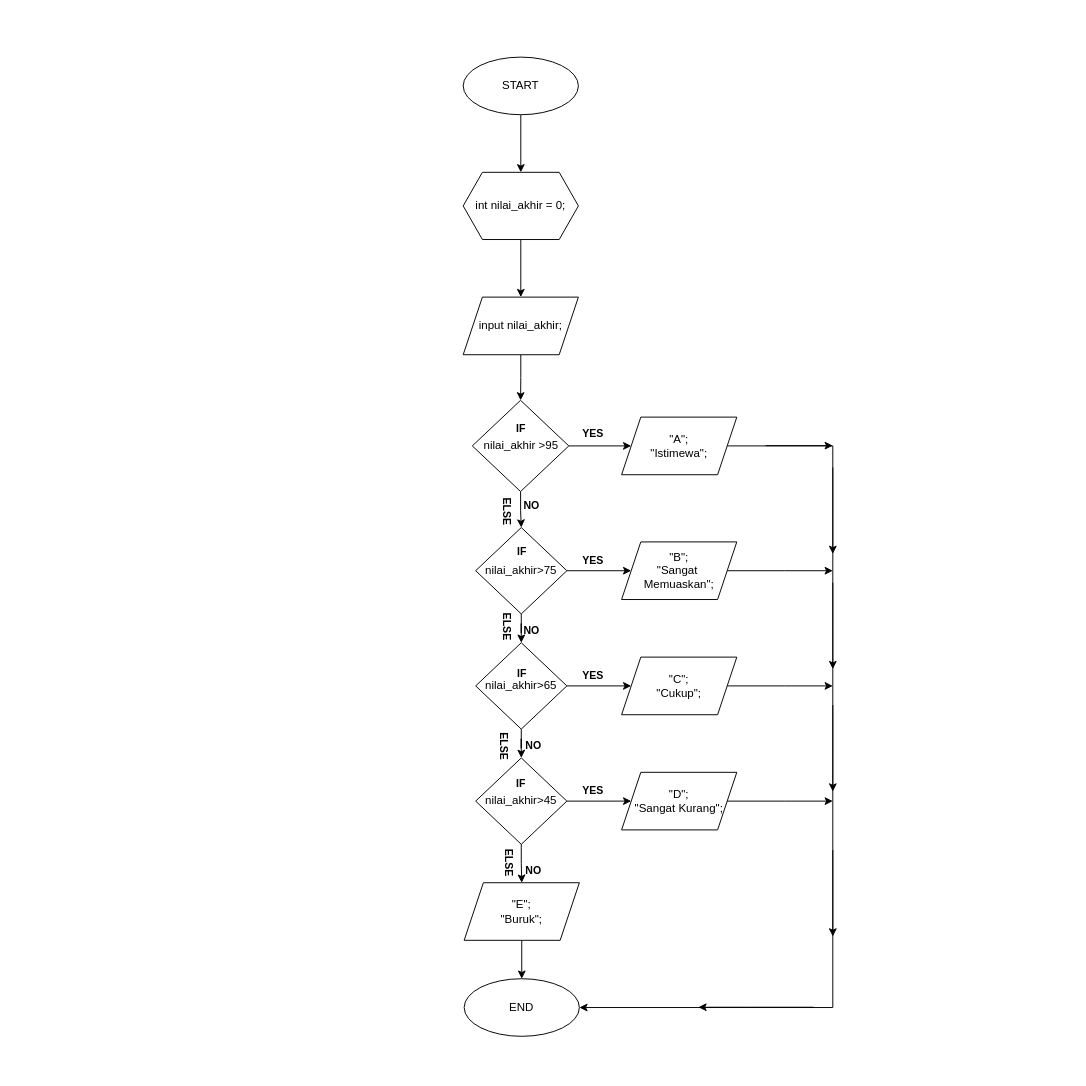
Above: Untitled Diagram.drawio in PVegananda/RANDOM_PHP_WEBSITE (draw.io), before the change. Source tidied: cells renumbered, new cells numbered last; positions are measured from the earlier drawing's top-left corner, leaving out a move shared by most shapes. Both pictures are drawn from the tidied source at 96%, with x=0, y=0 at pixel (463, 57).
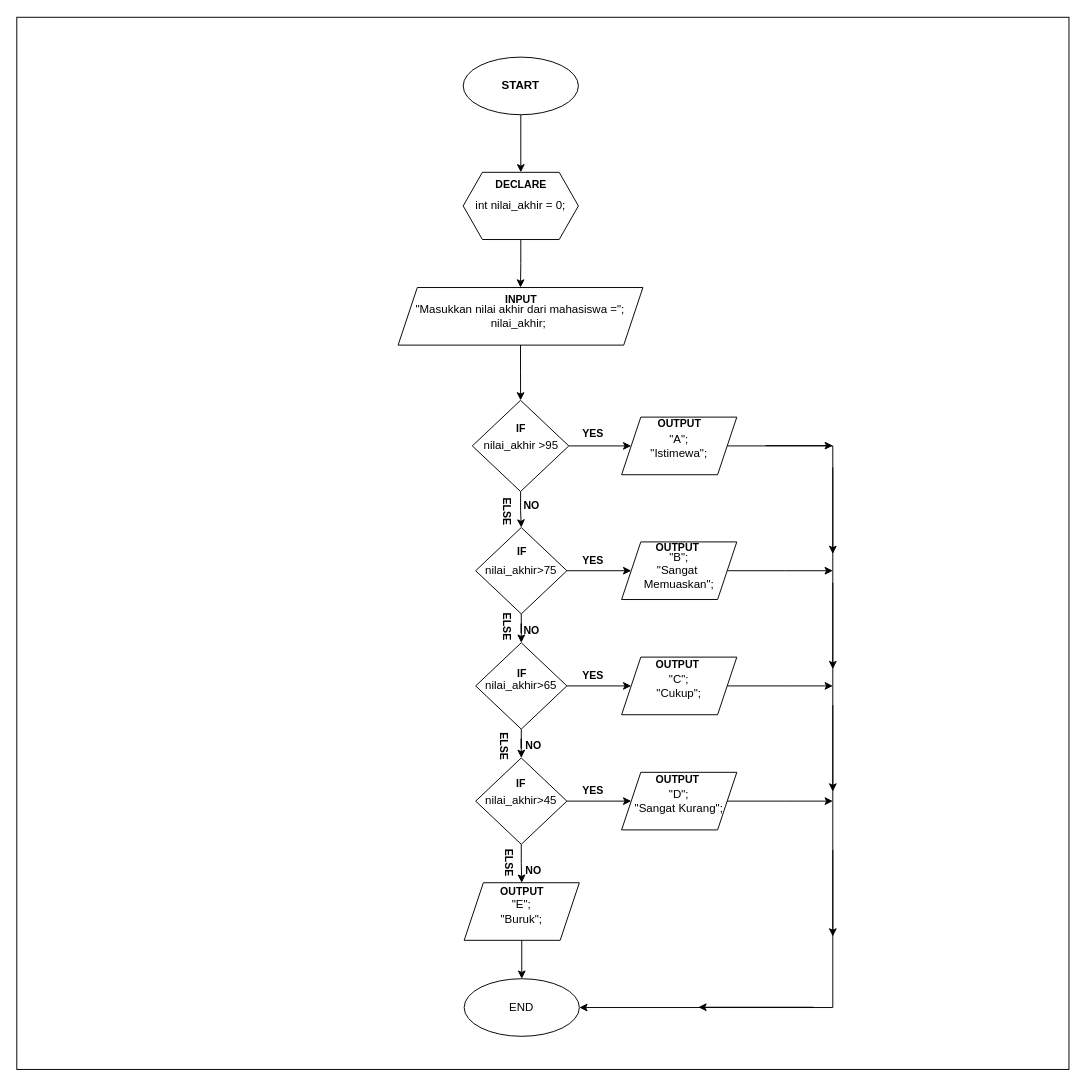
The same diagram, later.

What changed in the source:
```diff
@@
-    <mxCell id="3" value="START" style="ellipse;whiteSpace=wrap;html=1;" parent="1" vertex="1">
+    <mxCell id="3" value="START" style="ellipse;whiteSpace=wrap;html=1;fontStyle=1;" parent="1" vertex="1">
       <mxGeometry width="120" height="60" as="geometry" />
     </mxCell>
@@
-    <mxCell id="7" value="input nilai_akhir;" style="shape=parallelogram;perimeter=parallelogramPerimeter;whiteSpace=wrap;html=1;fixedSize=1;" parent="1" vertex="1">
-      <mxGeometry y="250" width="120" height="60" as="geometry" />
+    <mxCell id="7" value="&quot;Masukkan nilai akhir dari mahasiswa =&quot;; nilai_akhir;&amp;nbsp;" style="shape=parallelogram;perimeter=parallelogramPerimeter;whiteSpace=wrap;html=1;fixedSize=1;" parent="1" vertex="1">
+      <mxGeometry x="-67.8" y="240" width="255" height="60" as="geometry" />
     </mxCell>
@@
+    <mxCell id="53" style="whiteSpace=wrap;html=1;fillColor=none;" parent="1" vertex="1">
+      <mxGeometry x="-465" y="-41.5" width="1096" height="1096" as="geometry" />
+    </mxCell>
+    <mxCell id="54" value="&lt;font style=&quot;font-size: 11px;&quot;&gt;INPUT&lt;/font&gt;" style="text;strokeColor=none;fillColor=none;html=1;fontSize=24;fontStyle=1;verticalAlign=middle;align=center;" parent="1" vertex="1">
+      <mxGeometry x="22.2" y="236" width="75" height="25" as="geometry" />
+    </mxCell>
+    <mxCell id="55" value="&lt;font style=&quot;font-size: 11px;&quot;&gt;OUTPUT&lt;/font&gt;" style="text;strokeColor=none;fillColor=none;html=1;fontSize=24;fontStyle=1;verticalAlign=middle;align=center;" parent="1" vertex="1">
+      <mxGeometry x="187.5" y="365" width="75" height="25" as="geometry" />
+    </mxCell>
+    <mxCell id="56" value="&lt;font style=&quot;font-size: 11px;&quot;&gt;OUTPUT&lt;/font&gt;" style="text;strokeColor=none;fillColor=none;html=1;fontSize=24;fontStyle=1;verticalAlign=middle;align=center;" parent="1" vertex="1">
+      <mxGeometry x="185" y="494" width="75" height="25" as="geometry" />
+    </mxCell>
+    <mxCell id="57" value="&lt;font style=&quot;font-size: 11px;&quot;&gt;OUTPUT&lt;/font&gt;" style="text;strokeColor=none;fillColor=none;html=1;fontSize=24;fontStyle=1;verticalAlign=middle;align=center;" parent="1" vertex="1">
+      <mxGeometry x="185" y="616" width="75" height="25" as="geometry" />
+    </mxCell>
+    <mxCell id="58" value="&lt;font style=&quot;font-size: 11px;&quot;&gt;OUTPUT&lt;/font&gt;" style="text;strokeColor=none;fillColor=none;html=1;fontSize=24;fontStyle=1;verticalAlign=middle;align=center;" parent="1" vertex="1">
+      <mxGeometry x="185" y="736" width="75" height="25" as="geometry" />
+    </mxCell>
+    <mxCell id="59" value="&lt;font style=&quot;font-size: 11px;&quot;&gt;OUTPUT&lt;/font&gt;" style="text;strokeColor=none;fillColor=none;html=1;fontSize=24;fontStyle=1;verticalAlign=middle;align=center;" parent="1" vertex="1">
+      <mxGeometry x="23.5" y="852" width="75" height="25" as="geometry" />
+    </mxCell>
+    <mxCell id="60" value="&lt;font style=&quot;font-size: 11px;&quot;&gt;DECLARE&lt;/font&gt;" style="text;strokeColor=none;fillColor=none;html=1;fontSize=24;fontStyle=1;verticalAlign=middle;align=center;" parent="1" vertex="1">
+      <mxGeometry x="22.2" y="116" width="75" height="25" as="geometry" />
+    </mxCell>
```
